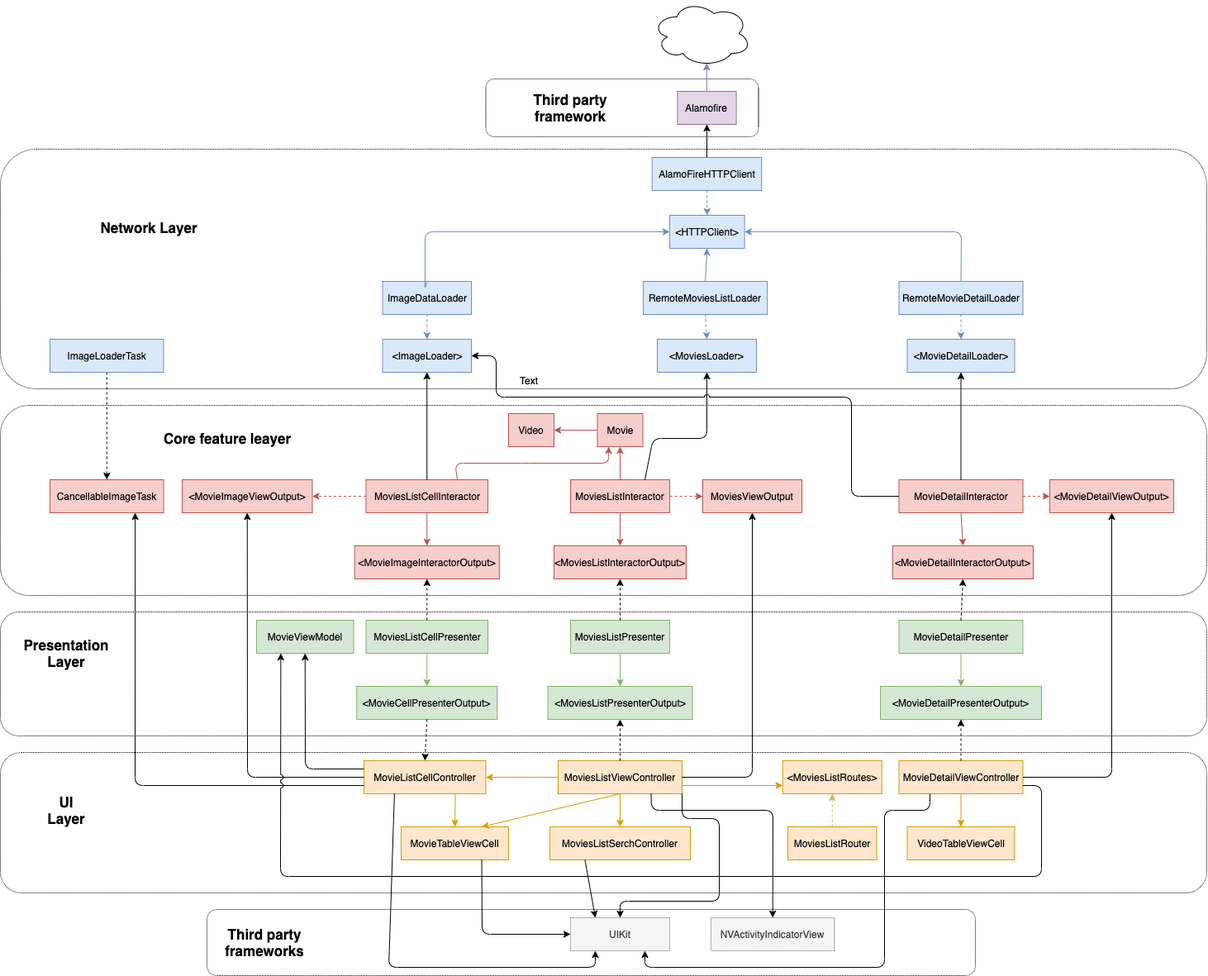
damcho/TMDBApp keeps this draw.io diagram as TMDBDiagram.png. Above is the earlier version. Source tidied: cells renumbered, new cells last; positions are measured from the earlier drawing's top-left corner, leaving out a move shared by most shapes.
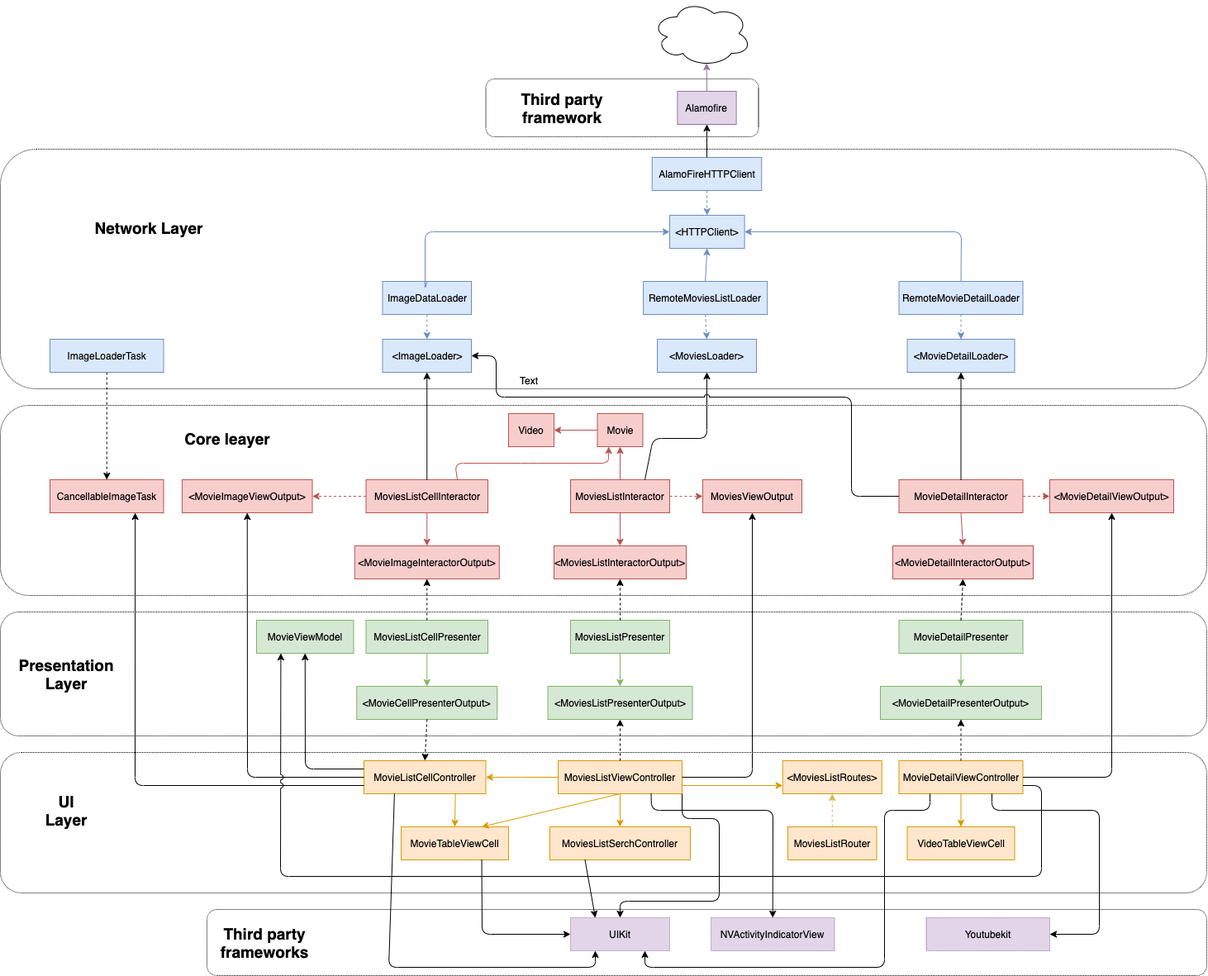
Above is the later version.

Commit message:
Added missing classes to Arquitecture diagram

The edit, as a diff of the source:
```diff
@@ -3,7 +3,7 @@
     <mxCell id="0" />
     <mxCell id="1" parent="0" />
     <mxCell id="2" style="rounded=1;whiteSpace=wrap;html=1;dashed=1;dashPattern=1 1;" parent="1" vertex="1">
-      <mxGeometry x="250" y="1100" width="930" height="80" as="geometry" />
+      <mxGeometry x="250" y="1100" width="1210" height="80" as="geometry" />
     </mxCell>
     <mxCell id="3" style="rounded=1;whiteSpace=wrap;html=1;dashed=1;dashPattern=1 1;" parent="1" vertex="1">
       <mxGeometry x="587.5" y="95" width="330" height="70" as="geometry" />
@@ -323,10 +323,10 @@
         </Array>
       </mxGeometry>
     </mxCell>
-    <mxCell id="90" value="UIKit" style="rounded=0;whiteSpace=wrap;html=1;dashed=1;dashPattern=1 1;fillColor=#f5f5f5;strokeColor=#666666;fontColor=#333333;" parent="1" vertex="1">
+    <mxCell id="90" value="UIKit" style="rounded=0;whiteSpace=wrap;html=1;dashed=1;dashPattern=1 1;fillColor=#e1d5e7;strokeColor=#9673a6;" parent="1" vertex="1">
       <mxGeometry x="690" y="1110" width="120" height="40" as="geometry" />
     </mxCell>
-    <mxCell id="91" value="NVActivityIndicatorView" style="rounded=0;whiteSpace=wrap;html=1;dashed=1;dashPattern=1 1;fillColor=#f5f5f5;strokeColor=#666666;fontColor=#333333;" parent="1" vertex="1">
+    <mxCell id="91" value="NVActivityIndicatorView" style="rounded=0;whiteSpace=wrap;html=1;dashed=1;dashPattern=1 1;fillColor=#e1d5e7;strokeColor=#9673a6;" parent="1" vertex="1">
       <mxGeometry x="860" y="1110" width="149.4" height="40" as="geometry" />
     </mxCell>
     <mxCell id="92" style="endArrow=classic;html=1;entryX=0.5;entryY=0;entryDx=0;entryDy=0;exitX=0.75;exitY=1;exitDx=0;exitDy=0;" parent="1" edge="1" source="13" target="91">
@@ -371,22 +371,22 @@
     <mxCell id="97" value="Text" style="text;html=1;strokeColor=none;fillColor=none;align=center;verticalAlign=middle;whiteSpace=wrap;rounded=0;dashed=1;dashPattern=1 1;" parent="1" vertex="1">
       <mxGeometry x="620" y="450" width="40" height="20" as="geometry" />
     </mxCell>
-    <mxCell id="98" value="Network Layer&lt;br&gt;" style="text;html=1;strokeColor=none;fillColor=none;align=center;verticalAlign=middle;whiteSpace=wrap;rounded=0;dashed=1;dashPattern=1 1;fontSize=17;fontStyle=1;" parent="1" vertex="1">
+    <mxCell id="98" value="Network Layer&lt;br style=&quot;font-size: 19px;&quot;&gt;" style="text;html=1;strokeColor=none;fillColor=none;align=center;verticalAlign=middle;whiteSpace=wrap;rounded=0;dashed=1;dashPattern=1 1;fontSize=19;fontStyle=1;" parent="1" vertex="1">
       <mxGeometry x="80" y="230" width="200" height="90" as="geometry" />
     </mxCell>
-    <mxCell id="99" value="Third party framework" style="text;html=1;strokeColor=none;fillColor=none;align=center;verticalAlign=middle;whiteSpace=wrap;rounded=0;dashed=1;dashPattern=1 1;fontSize=17;fontStyle=1;" parent="1" vertex="1">
-      <mxGeometry x="640" y="120" width="100" height="20" as="geometry" />
+    <mxCell id="99" value="Third party framework" style="text;html=1;strokeColor=none;fillColor=none;align=center;verticalAlign=middle;whiteSpace=wrap;rounded=0;dashed=1;dashPattern=1 1;fontSize=19;fontStyle=1;" parent="1" vertex="1">
+      <mxGeometry x="620" y="120" width="120" height="20" as="geometry" />
     </mxCell>
-    <mxCell id="100" value="Core feature leayer" style="text;html=1;strokeColor=none;fillColor=none;align=center;verticalAlign=middle;whiteSpace=wrap;rounded=0;dashed=1;dashPattern=1 1;fontSize=17;fontStyle=1;" parent="1" vertex="1">
+    <mxCell id="100" value="Core leayer" style="text;html=1;strokeColor=none;fillColor=none;align=center;verticalAlign=middle;whiteSpace=wrap;rounded=0;dashed=1;dashPattern=1 1;fontSize=19;fontStyle=1;" parent="1" vertex="1">
       <mxGeometry x="180" y="510" width="190" height="40" as="geometry" />
     </mxCell>
-    <mxCell id="101" value="Presentation Layer" style="text;html=1;strokeColor=none;fillColor=none;align=center;verticalAlign=middle;whiteSpace=wrap;rounded=0;dashed=1;dashPattern=1 1;fontSize=17;fontStyle=1;" parent="1" vertex="1">
-      <mxGeometry x="40" y="780" width="80" height="20" as="geometry" />
+    <mxCell id="101" value="Presentation Layer" style="text;html=1;strokeColor=none;fillColor=none;align=center;verticalAlign=middle;whiteSpace=wrap;rounded=0;dashed=1;dashPattern=1 1;fontSize=19;fontStyle=1;" parent="1" vertex="1">
+      <mxGeometry x="40" y="805" width="80" height="20" as="geometry" />
     </mxCell>
-    <mxCell id="102" value="UI Layer" style="text;html=1;strokeColor=none;fillColor=none;align=center;verticalAlign=middle;whiteSpace=wrap;rounded=0;dashed=1;dashPattern=1 1;fontSize=17;fontStyle=1;" parent="1" vertex="1">
+    <mxCell id="102" value="UI Layer" style="text;html=1;strokeColor=none;fillColor=none;align=center;verticalAlign=middle;whiteSpace=wrap;rounded=0;dashed=1;dashPattern=1 1;fontSize=19;fontStyle=1;" parent="1" vertex="1">
       <mxGeometry x="60" y="970" width="40" height="20" as="geometry" />
     </mxCell>
-    <mxCell id="103" value="Third party frameworks" style="text;html=1;strokeColor=none;fillColor=none;align=center;verticalAlign=middle;whiteSpace=wrap;rounded=0;dashed=1;dashPattern=1 1;fontSize=17;fontStyle=1;" parent="1" vertex="1">
+    <mxCell id="103" value="Third party frameworks" style="text;html=1;strokeColor=none;fillColor=none;align=center;verticalAlign=middle;whiteSpace=wrap;rounded=0;dashed=1;dashPattern=1 1;fontSize=19;fontStyle=1;" parent="1" vertex="1">
       <mxGeometry x="300" y="1130" width="40" height="20" as="geometry" />
     </mxCell>
     <mxCell id="104" style="endArrow=classic;html=1;entryX=0;entryY=0.5;entryDx=0;entryDy=0;exitX=0.75;exitY=1;exitDx=0;exitDy=0;" parent="1" edge="1" source="11" target="90">
@@ -399,5 +399,17 @@
     <mxCell id="105" style="endArrow=classic;html=1;entryX=0.25;entryY=0;entryDx=0;entryDy=0;exitX=0.25;exitY=1;exitDx=0;exitDy=0;" parent="1" edge="1" source="10" target="90">
       <mxGeometry relative="1" as="geometry" />
     </mxCell>
+    <mxCell id="106" value="Youtubekit" style="rounded=0;whiteSpace=wrap;html=1;dashed=1;dashPattern=1 1;fillColor=#e1d5e7;strokeColor=#9673a6;" parent="1" vertex="1">
+      <mxGeometry x="1120.6" y="1110" width="149.4" height="40" as="geometry" />
+    </mxCell>
+    <mxCell id="107" style="endArrow=classic;html=1;entryX=1;entryY=0.5;entryDx=0;entryDy=0;exitX=0.75;exitY=1;exitDx=0;exitDy=0;" parent="1" edge="1" source="71" target="106">
+      <mxGeometry relative="1" as="geometry">
+        <Array as="points">
+          <mxPoint x="1200" y="980" />
+          <mxPoint x="1330" y="980" />
+          <mxPoint x="1330" y="1130" />
+        </Array>
+      </mxGeometry>
+    </mxCell>
   </root>
 </mxGraphModel>
```
